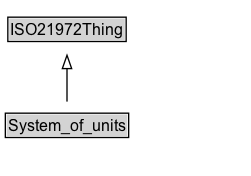
ISO-TC204/ontology-i72-v1 keeps this Graphviz diagram as docs/diagrams/System_of_units.dot.png. Above is the earlier version. Its source is kept beside it as docs/diagrams/System_of_units.dot. Source of this version:
```dot
digraph {
	graph [overlap=false rankdir=TB splines=true]
	node [fontname=Arial fontsize=12 margin=0 shape=none]
	edge [fontname=Arial fontsize=11]
	{
		rank=max
		System_of_units [label=<<TABLE BORDER="1" CELLBORDER="0" CELLSPACING="0" CELLPADDING="1"><TR><TD BGCOLOR="lightgray" ALIGN="CENTER" PORT="e">System_of_units</TD></TR></TABLE>> URL="../System_of_units.md" margin=0]
	}
	subgraph cluster_associated {
		label="" style=invis
		Invis [label=<<TABLE BORDER="0" CELLBORDER="0" CELLSPACING="0" CELLPADDING="1"><TR><TD></TD></TR></TABLE>> margin=0 style=invis]
	}
	ISO21972Thing [label=<<TABLE BORDER="1" CELLBORDER="0" CELLSPACING="0" CELLPADDING="1"><TR><TD BGCOLOR="lightgray" ALIGN="CENTER">ISO21972Thing</TD></TR></TABLE>> URL="../ISO21972Thing.md" margin=0]
	System_of_units -> ISO21972Thing [arrowhead=onormal style=solid]
}
```
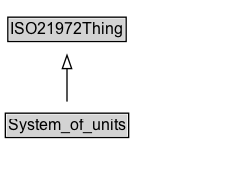
Above is the later version.

Change to the diagram source:
```diff
@@ -3,13 +3,16 @@
 	node [fontname=Arial fontsize=12 margin=0 shape=none]
 	edge [fontname=Arial fontsize=11]
 	{
+		rank=source
+		ISO21972Thing [label=<<TABLE BORDER="1" CELLBORDER="0" CELLSPACING="0" CELLPADDING="1"><TR><TD BGCOLOR="lightgray" ALIGN="CENTER">ISO21972Thing</TD></TR></TABLE>> URL="../ISO21972Thing" margin=0]
+	}
+	System_of_units [label=<<TABLE BORDER="1" CELLBORDER="0" CELLSPACING="0" CELLPADDING="1"><TR><TD BGCOLOR="lightgray" ALIGN="CENTER">System_of_units</TD></TR></TABLE>> URL="../System_of_units" margin=0]
+	{
 		rank=max
-		System_of_units [label=<<TABLE BORDER="1" CELLBORDER="0" CELLSPACING="0" CELLPADDING="1"><TR><TD BGCOLOR="lightgray" ALIGN="CENTER" PORT="e">System_of_units</TD></TR></TABLE>> URL="../System_of_units.md" margin=0]
 	}
 	subgraph cluster_associated {
 		label="" style=invis
 		Invis [label=<<TABLE BORDER="0" CELLBORDER="0" CELLSPACING="0" CELLPADDING="1"><TR><TD></TD></TR></TABLE>> margin=0 style=invis]
 	}
-	ISO21972Thing [label=<<TABLE BORDER="1" CELLBORDER="0" CELLSPACING="0" CELLPADDING="1"><TR><TD BGCOLOR="lightgray" ALIGN="CENTER">ISO21972Thing</TD></TR></TABLE>> URL="../ISO21972Thing.md" margin=0]
 	System_of_units -> ISO21972Thing [arrowhead=onormal style=solid]
 }
```
